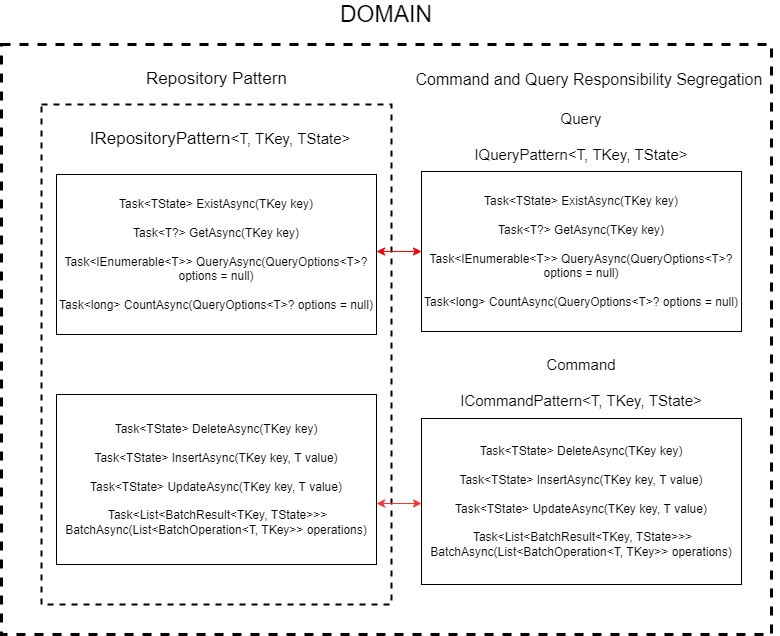
Above: RepositoryFramework.Abstractions.png in KeyserDSoze/RepositoryFramework (draw.io), before the change. Source tidied: cells renumbered, new cells last; positions are measured from the earlier drawing's top-left corner, leaving out a move shared by most shapes.
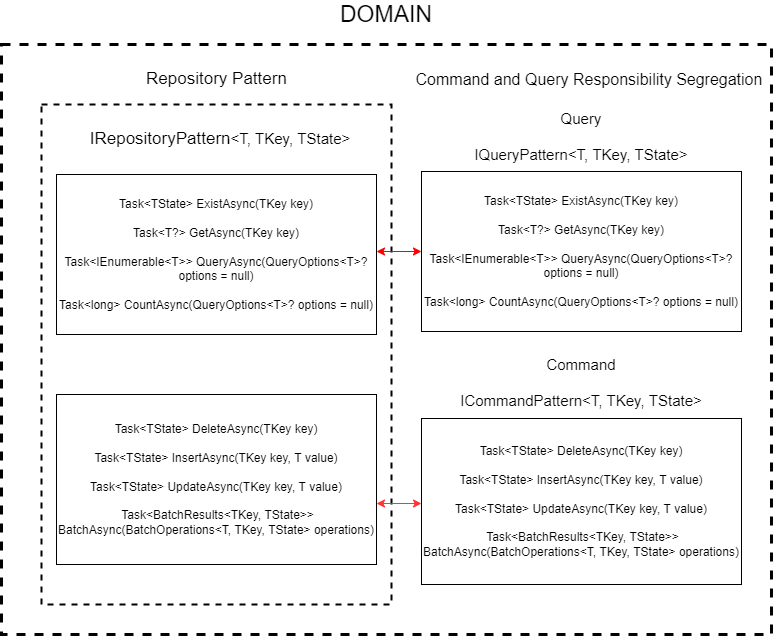
Later version of the same file.

What changed in the source:
```diff
@@ -33,7 +33,7 @@
         </Array>
       </mxGeometry>
     </mxCell>
-    <mxCell id="9" value="Task&amp;lt;TState&amp;gt; DeleteAsync(TKey key)&lt;br&gt;&lt;br&gt;Task&amp;lt;TState&amp;gt; InsertAsync(TKey key, T value)&lt;br&gt;&lt;br&gt;Task&amp;lt;TState&amp;gt; UpdateAsync(TKey key, T value)&lt;br&gt;&lt;br&gt;&amp;nbsp;Task&amp;lt;List&amp;lt;BatchResult&amp;lt;TKey, TState&amp;gt;&amp;gt;&amp;gt; BatchAsync(List&amp;lt;BatchOperation&amp;lt;T, TKey&amp;gt;&amp;gt; operations)" style="rounded=0;whiteSpace=wrap;html=1;" parent="1" vertex="1">
+    <mxCell id="9" value="Task&amp;lt;TState&amp;gt; DeleteAsync(TKey key)&lt;br&gt;&lt;br&gt;Task&amp;lt;TState&amp;gt; InsertAsync(TKey key, T value)&lt;br&gt;&lt;br&gt;Task&amp;lt;TState&amp;gt; UpdateAsync(TKey key, T value)&lt;br&gt;&lt;br&gt;&amp;nbsp;Task&amp;lt;BatchResults&amp;lt;TKey, TState&amp;gt;&amp;gt; BatchAsync(BatchOperations&amp;lt;T, TKey, TState&amp;gt; operations)" style="rounded=0;whiteSpace=wrap;html=1;" parent="1" vertex="1">
       <mxGeometry x="420" y="374" width="320" height="166" as="geometry" />
     </mxCell>
     <mxCell id="10" value="Query&lt;br&gt;&lt;br&gt;IQueryPattern&amp;lt;T, TKey, TState&amp;gt;" style="text;html=1;strokeColor=none;fillColor=none;align=center;verticalAlign=middle;whiteSpace=wrap;rounded=0;fontSize=15;" parent="1" vertex="1">
@@ -42,7 +42,7 @@
     <mxCell id="11" value="Task&amp;lt;TState&amp;gt; ExistAsync(TKey key)&lt;br&gt;&lt;br&gt;Task&amp;lt;T?&amp;gt; GetAsync(TKey key)&lt;br&gt;&lt;br&gt;Task&amp;lt;IEnumerable&amp;lt;T&amp;gt;&amp;gt; QueryAsync(QueryOptions&amp;lt;T&amp;gt;? options = null)&lt;br&gt;&lt;br&gt;Task&amp;lt;long&amp;gt; CountAsync(QueryOptions&amp;lt;T&amp;gt;? options = null)" style="rounded=0;whiteSpace=wrap;html=1;" parent="1" vertex="1">
       <mxGeometry x="55" y="130" width="320" height="160" as="geometry" />
     </mxCell>
-    <mxCell id="12" value="Task&amp;lt;TState&amp;gt; DeleteAsync(TKey key)&lt;br&gt;&lt;br&gt;Task&amp;lt;TState&amp;gt; InsertAsync(TKey key, T value)&lt;br&gt;&lt;br&gt;Task&amp;lt;TState&amp;gt; UpdateAsync(TKey key, T value)&lt;br&gt;&lt;br&gt;&amp;nbsp;Task&amp;lt;List&amp;lt;BatchResult&amp;lt;TKey, TState&amp;gt;&amp;gt;&amp;gt; BatchAsync(List&amp;lt;BatchOperation&amp;lt;T, TKey&amp;gt;&amp;gt; operations)" style="rounded=0;whiteSpace=wrap;html=1;" parent="1" vertex="1">
+    <mxCell id="12" value="Task&amp;lt;TState&amp;gt; DeleteAsync(TKey key)&lt;br&gt;&lt;br&gt;Task&amp;lt;TState&amp;gt; InsertAsync(TKey key, T value)&lt;br&gt;&lt;br&gt;Task&amp;lt;TState&amp;gt; UpdateAsync(TKey key, T value)&lt;br&gt;&lt;br&gt;&amp;nbsp;Task&amp;lt;BatchResults&amp;lt;TKey, TState&amp;gt;&amp;gt; BatchAsync(BatchOperations&amp;lt;T, TKey, TState&amp;gt; operations)" style="rounded=0;whiteSpace=wrap;html=1;" parent="1" vertex="1">
       <mxGeometry x="55" y="350" width="320" height="170" as="geometry" />
     </mxCell>
     <mxCell id="13" value="Command&lt;br&gt;&lt;br&gt;ICommandPattern&amp;lt;T, TKey, TState&amp;gt;" style="text;html=1;strokeColor=none;fillColor=none;align=center;verticalAlign=middle;whiteSpace=wrap;rounded=0;fontSize=15;" parent="1" vertex="1">
```
